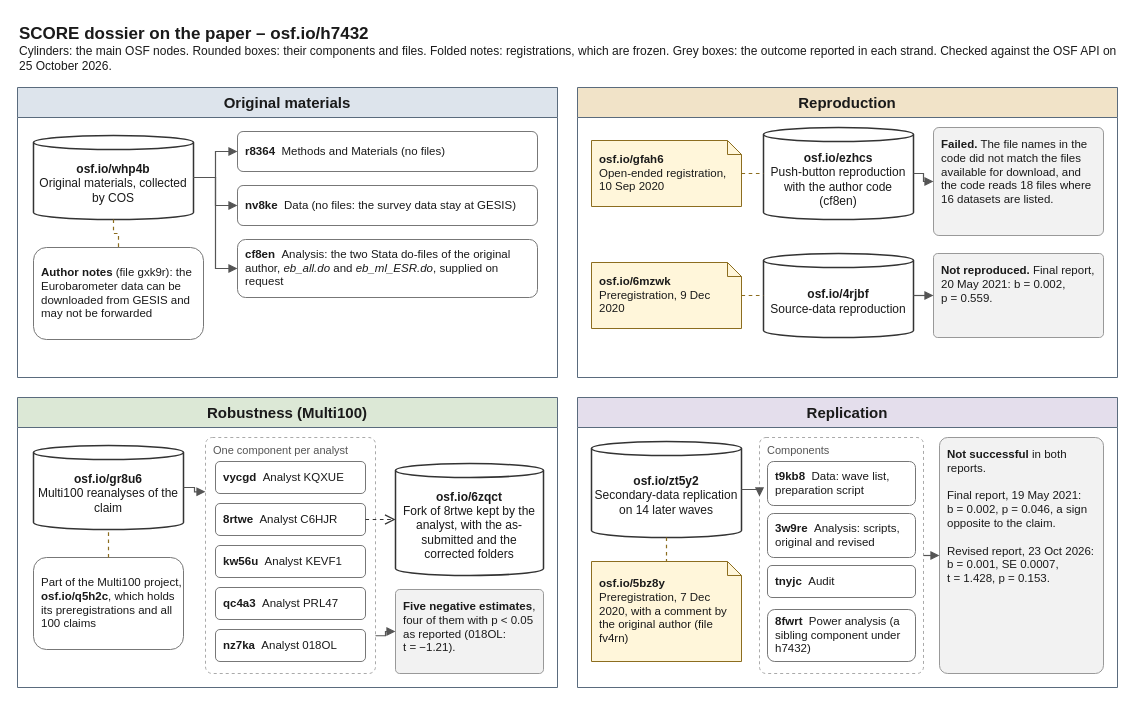
Earlier version of the draw.io diagram assets/diagrams/score-teney-osf.drawio (CodeMoreh/ar4ds-eu). Source tidied: cells renumbered, new cells numbered last; positions are measured from the earlier drawing's top-left corner, leaving out a move shared by most shapes. Both pictures are drawn from the tidied source at 100%, with x=0, y=0 at pixel (17, 17).
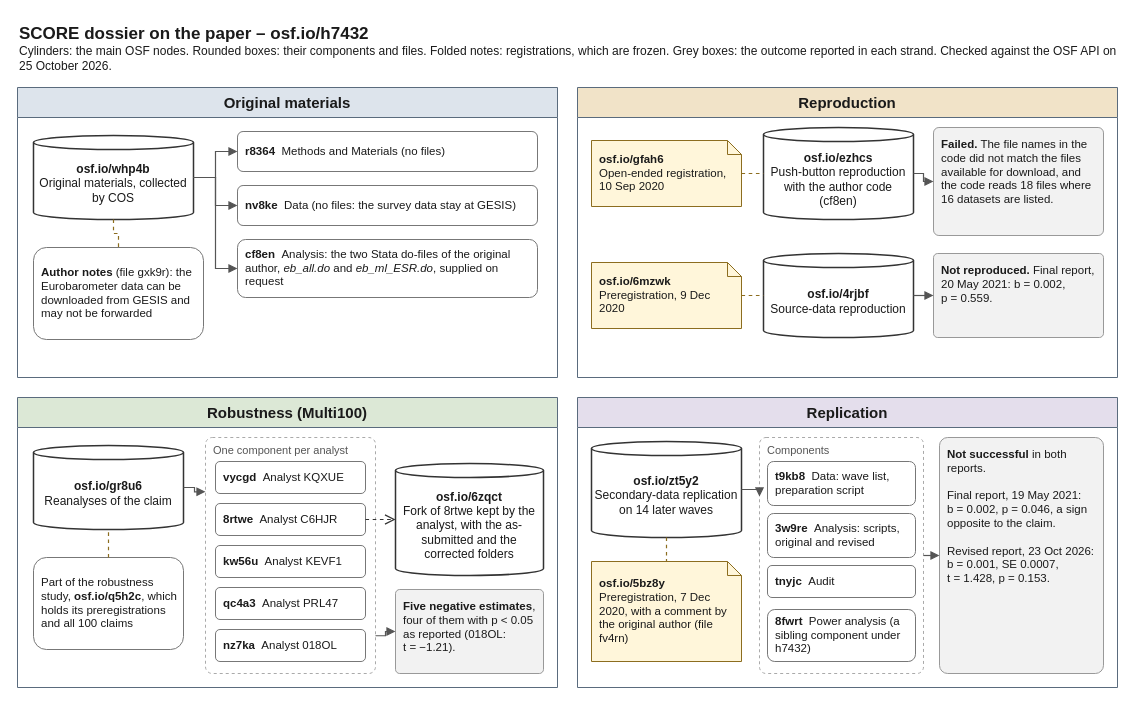
After the change.

The change refers to these unchanged cells:
```xml
<mxCell id="24" value="Robustness (Multi100)" style="swimlane;startSize=30;html=1;whiteSpace=wrap;fontSize=15;fontStyle=1;fontColor=#1A1A1A;strokeColor=#5A6B7D;swimlaneFillColor=#FFFFFF;fillColor=#DCE8D6;rounded=0;" parent="1" vertex="1">
  <mxGeometry y="380" width="540" height="290" as="geometry" />
</mxCell>
```

What changed in the source:
```diff
@@
-    <mxCell id="25" value="&lt;b&gt;osf.io/gr8u6&lt;/b&gt;&lt;br&gt;Multi100 reanalyses of the claim" style="shape=cylinder3;whiteSpace=wrap;html=1;boundedLbl=1;backgroundOutline=1;size=7;fillColor=#FFFFFF;strokeColor=#333333;strokeWidth=1.5;fontSize=12;fontColor=#1A1A1A;spacing=4;" parent="24" vertex="1">
+    <mxCell id="25" value="&lt;b&gt;osf.io/gr8u6&lt;/b&gt;&lt;br&gt;Reanalyses of the claim" style="shape=cylinder3;whiteSpace=wrap;html=1;boundedLbl=1;backgroundOutline=1;size=7;fillColor=#FFFFFF;strokeColor=#333333;strokeWidth=1.5;fontSize=12;fontColor=#1A1A1A;spacing=4;" parent="24" vertex="1">
       <mxGeometry x="16" y="48" width="150" height="84" as="geometry" />
     </mxCell>
-    <mxCell id="26" value="Part of the Multi100 project, &lt;b&gt;osf.io/q5h2c&lt;/b&gt;, which holds its preregistrations and all 100 claims" style="rounded=1;arcSize=14;whiteSpace=wrap;html=1;fillColor=#FFFFFF;strokeColor=#777777;fontSize=11.5;fontColor=#1A1A1A;align=left;spacingLeft=6;" parent="24" vertex="1">
+    <mxCell id="26" value="Part of the robustness study, &lt;b&gt;osf.io/q5h2c&lt;/b&gt;, which holds its preregistrations and all 100 claims" style="rounded=1;arcSize=14;whiteSpace=wrap;html=1;fillColor=#FFFFFF;strokeColor=#777777;fontSize=11.5;fontColor=#1A1A1A;align=left;spacingLeft=6;" parent="24" vertex="1">
       <mxGeometry x="16" y="160" width="150" height="92" as="geometry" />
     </mxCell>
```
